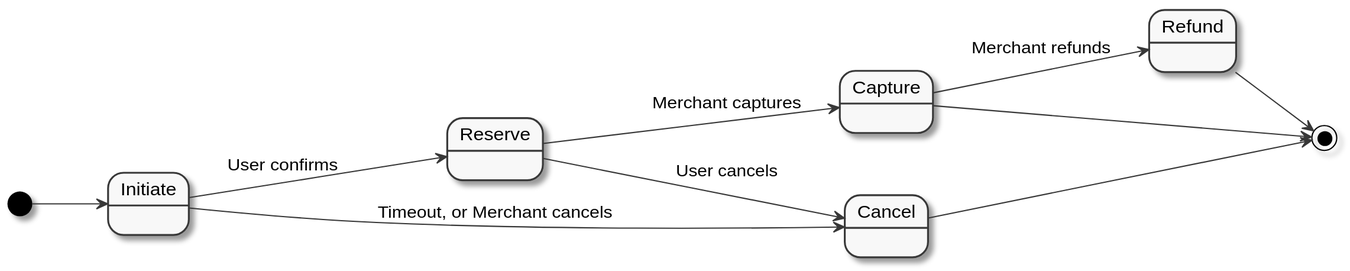
Before: images/vipps-ecom-flow-chart.svg, a diagram exported from PlantUML (vippsas/vipps-ecom-api).
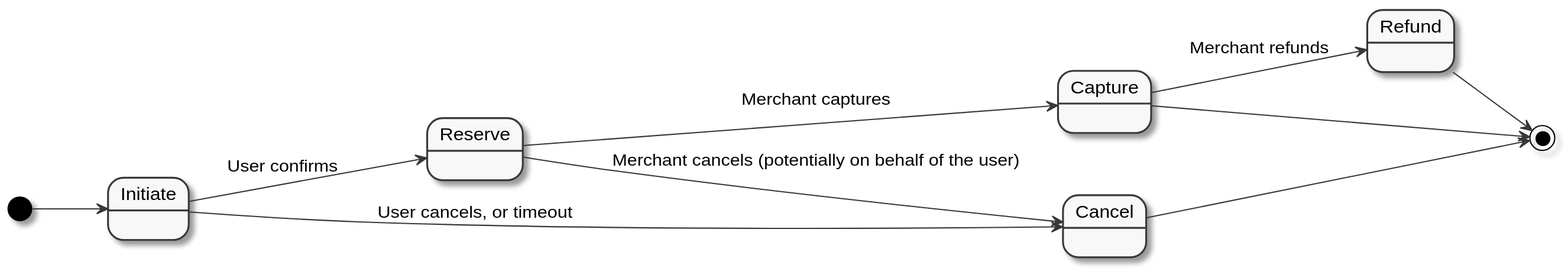
After the commit.

The edit, as a diff of the source:
```diff
@@ -7,10 +7,10 @@
 [*] --> Initiate
 Initiate --> Reserve: User confirms
 Reserve --> Capture: Merchant captures
-Reserve --> Cancel: User cancels
+Reserve --> Cancel: Merchant cancels (potentially on behalf of the user)
 Capture --> Refund: Merchant refunds
 Capture --> [*]
 Cancel --> [*]
 Refund --> [*]
-Initiate --> Cancel: Timeout, or Merchant cancels
+Initiate --> Cancel: User cancels, or timeout
 @enduml
```
